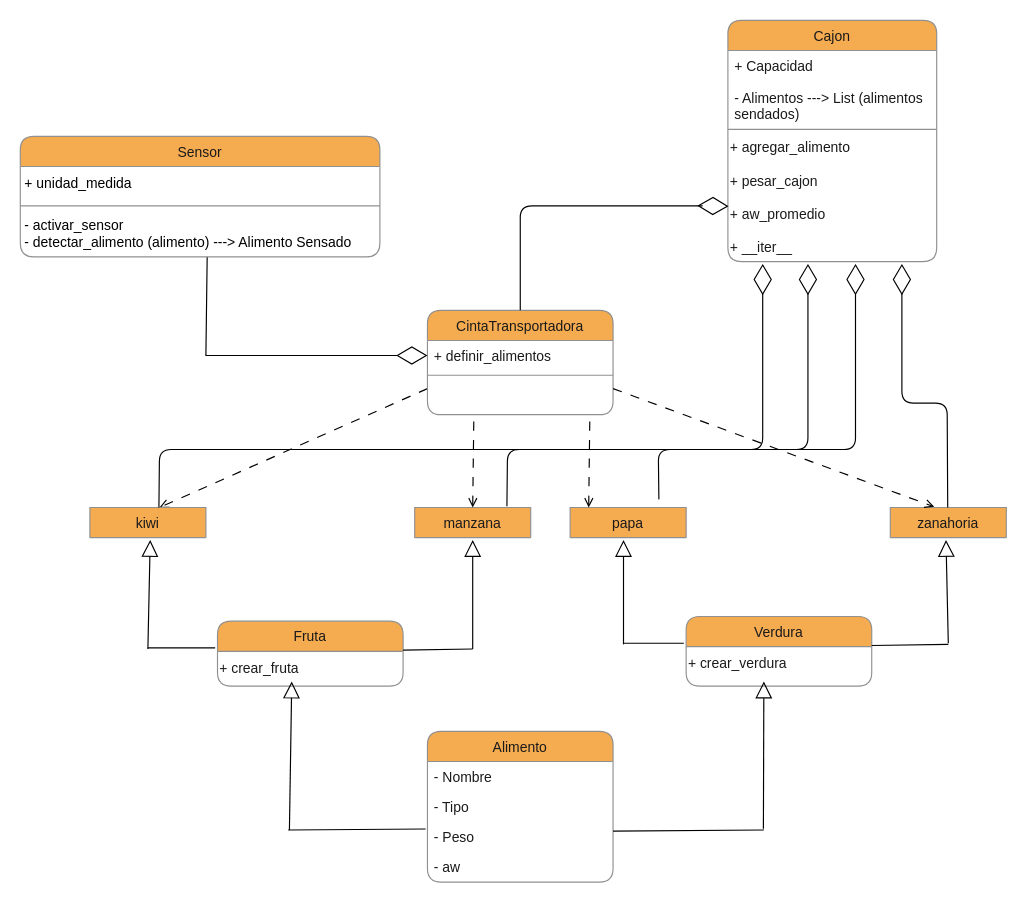
The draw.io diagram TrabajoPractico_2/proyecto_2.2/docs/UML 2.2.drawio in AgustinG178/pa_2025c1_practica, before the edit. Source tidied: cells renumbered, new cells numbered last; positions are measured from the earlier drawing's top-left corner, leaving out a move shared by most shapes. Both pictures are drawn from the tidied source at 116%, with x=0, y=0 at pixel (20, 20).
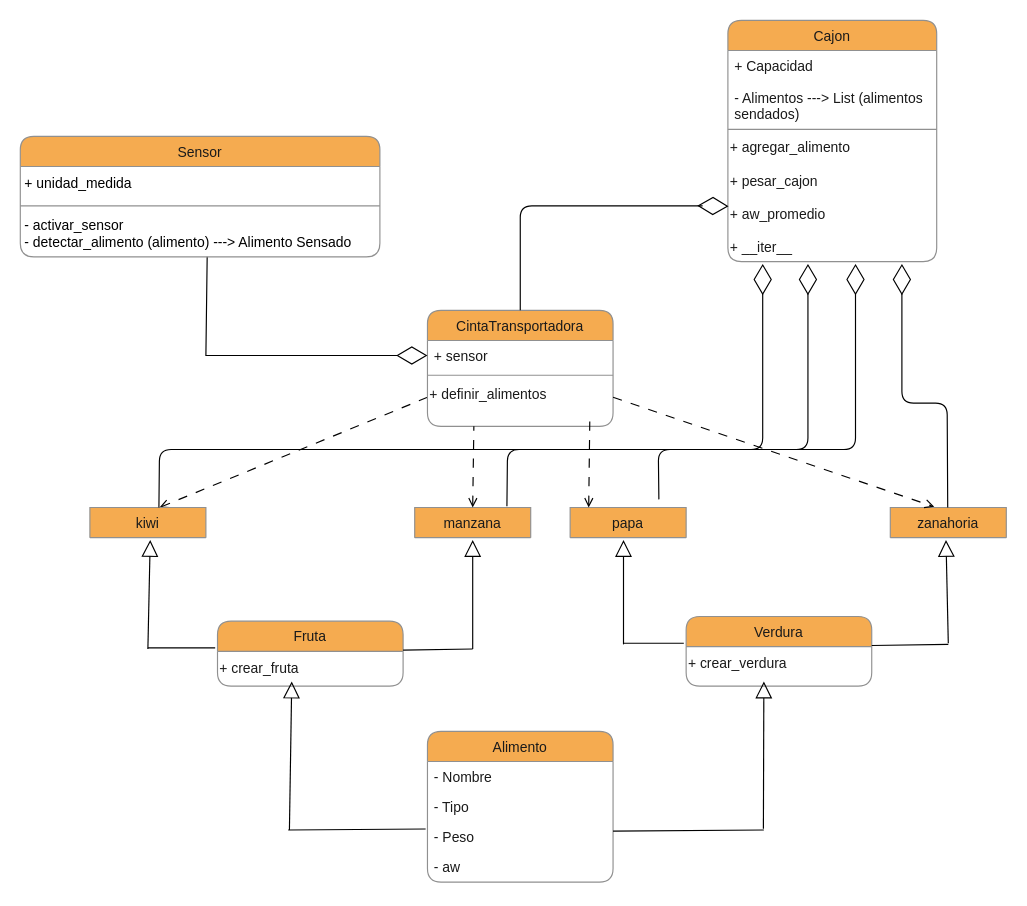
The same page after the edit.

Diff of the diagram source:
```diff
@@
     <mxCell id="3" value="CintaTransportadora" style="swimlane;fontStyle=0;align=center;verticalAlign=top;horizontal=1;startSize=26;rounded=1;shadow=0;strokeWidth=1;labelBackgroundColor=none;fillColor=#F5AB50;strokeColor=#909090;fontColor=#1A1A1A;" parent="1" vertex="1">
-      <mxGeometry x="351" y="250" width="160" height="90" as="geometry" />
+      <mxGeometry x="351" y="250" width="160" height="100" as="geometry" />
     </mxCell>
-    <mxCell id="4" value="+ definir_alimentos" style="text;align=left;verticalAlign=top;spacingLeft=4;spacingRight=4;overflow=hidden;fontStyle=0;labelBackgroundColor=none;fontColor=#1A1A1A;rounded=1;" parent="3" vertex="1">
+    <mxCell id="4" value="+ sensor" style="text;align=left;verticalAlign=top;spacingLeft=4;spacingRight=4;overflow=hidden;fontStyle=0;labelBackgroundColor=none;fontColor=#1A1A1A;rounded=1;" parent="3" vertex="1">
       <mxGeometry y="26" width="160" height="26" as="geometry" />
     </mxCell>
@@
+    <mxCell id="48" value="&lt;span style=&quot;color: rgb(26, 26, 26);&quot;&gt;+ definir_alimentos&lt;/span&gt;&lt;div&gt;&lt;span style=&quot;color: rgb(26, 26, 26);&quot;&gt;&lt;br&gt;&lt;/span&gt;&lt;/div&gt;" style="text;html=1;align=left;verticalAlign=middle;strokeColor=none;fillColor=none;" parent="3" vertex="1">
+      <mxGeometry y="60" width="160" height="40" as="geometry" />
+    </mxCell>
```
